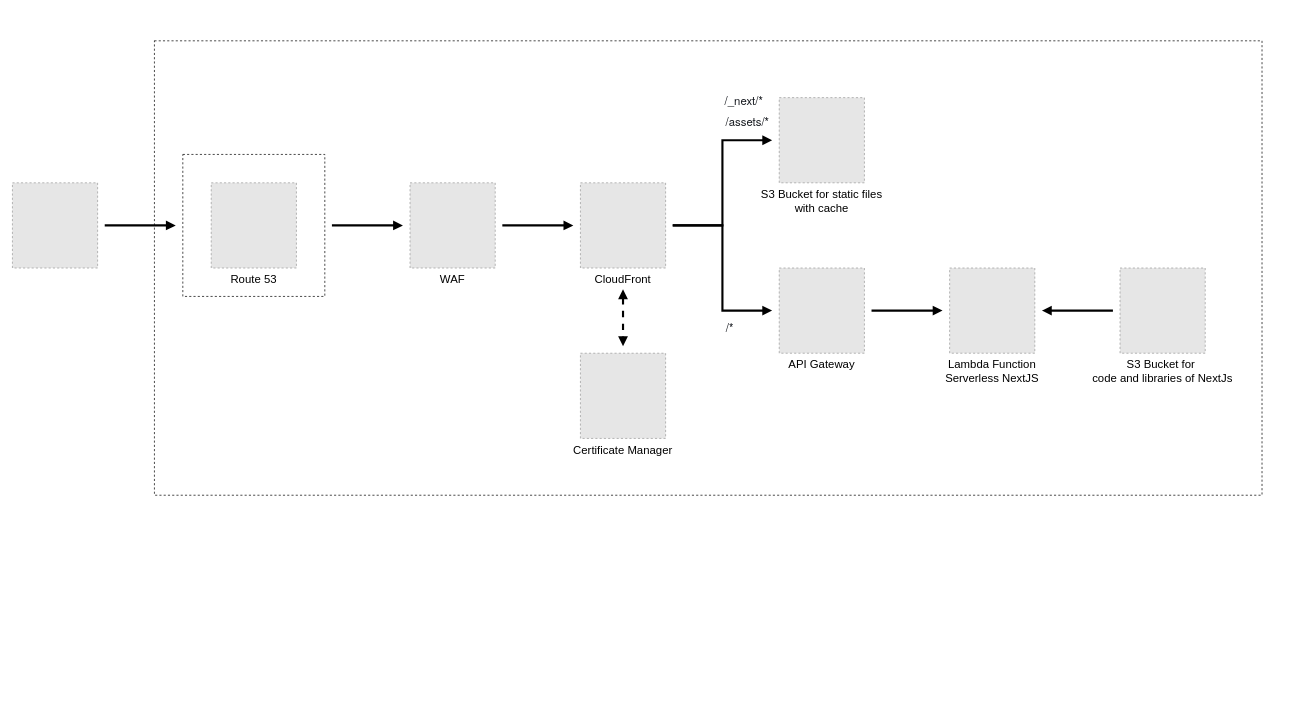
This is .github/assets/aws_diagram.drawio from ManueleNolli/PersonalWebsite, a draw.io file, before an edit. Source tidied: cells renumbered, new cells numbered last; positions are measured from the earlier drawing's top-left corner, leaving out a move shared by most shapes. Both pictures are drawn from the tidied source at 71%, with x=0, y=0 at pixel (12, 40). Pictures stored in the file or linked from it are replaced by grey dashed boxes.
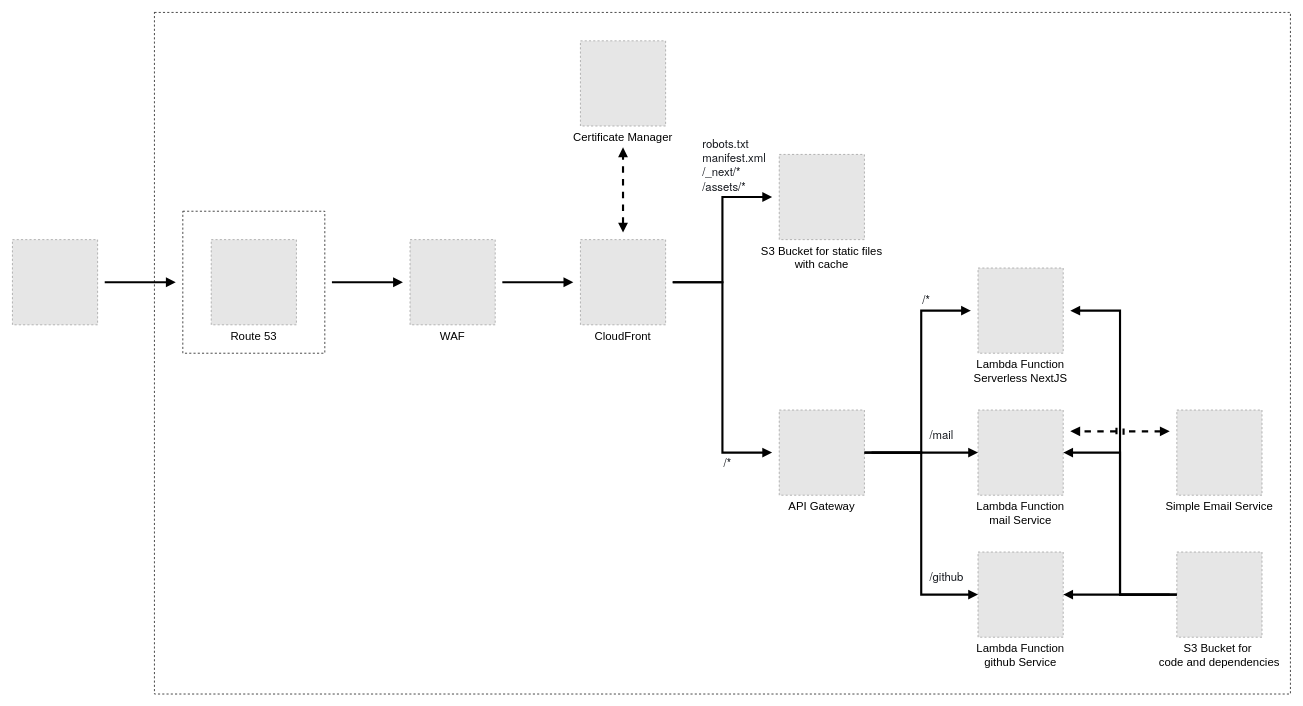
After the change.

The edit, as a diff of the source:
```diff
@@
     <mxCell id="2" style="rounded=0;whiteSpace=wrap;html=1;fillColor=none;glass=0;shadow=0;dashed=1;" parent="1" vertex="1">
-      <mxGeometry x="200" width="1560" height="640" as="geometry" />
+      <mxGeometry x="200" y="-40" width="1600" height="960" as="geometry" />
     </mxCell>
@@
     <mxCell id="4" style="rounded=0;whiteSpace=wrap;html=1;fillColor=none;glass=0;shadow=0;dashed=1;" parent="1" vertex="1">
-      <mxGeometry x="240" y="160" width="200" height="200" as="geometry" />
+      <mxGeometry x="240" y="240" width="200" height="200" as="geometry" />
     </mxCell>
     <mxCell id="5" value="Certificate Manager" style="fillColor=#E6E6E6;strokeColor=#999999;dashed=1;verticalLabelPosition=bottom;labelBackgroundColor=none;verticalAlign=top;fontSize=16;" parent="1" vertex="1">
-      <mxGeometry x="800" y="440" width="120" height="120" as="geometry" />
+      <mxGeometry x="800" width="120" height="120" as="geometry" />
     </mxCell>
     <mxCell id="6" value="Route 53" style="fillColor=#E6E6E6;strokeColor=#999999;dashed=1;verticalLabelPosition=bottom;labelBackgroundColor=none;verticalAlign=top;fontSize=16;" parent="1" vertex="1">
-      <mxGeometry x="280" y="200" width="120" height="120" as="geometry" />
+      <mxGeometry x="280" y="280" width="120" height="120" as="geometry" />
     </mxCell>
@@
     <mxCell id="8" value="WAF" style="fillColor=#E6E6E6;strokeColor=#999999;dashed=1;verticalLabelPosition=bottom;labelBackgroundColor=none;verticalAlign=top;fontSize=16;" parent="1" vertex="1">
-      <mxGeometry x="560" y="200" width="120" height="120" as="geometry" />
+      <mxGeometry x="560" y="280" width="120" height="120" as="geometry" />
     </mxCell>
-    <mxCell id="9" style="edgeStyle=orthogonalEdgeStyle;shape=connector;curved=0;rounded=0;jettySize=auto;html=1;strokeColor=default;strokeWidth=3;align=center;verticalAlign=middle;fontFamily=Helvetica;fontSize=11;fontColor=default;labelBackgroundColor=default;startSize=6;endArrow=block;endFill=1;sourcePerimeterSpacing=30;targetPerimeterSpacing=10;startArrow=block;startFill=1;dashed=1;endSize=6;" parent="1" edge="1" source="12" target="5">
+    <mxCell id="9" style="edgeStyle=orthogonalEdgeStyle;shape=connector;curved=0;rounded=0;jettySize=auto;html=1;strokeColor=default;strokeWidth=3;align=center;verticalAlign=middle;fontFamily=Helvetica;fontSize=11;fontColor=default;labelBackgroundColor=default;startSize=6;endArrow=block;endFill=1;sourcePerimeterSpacing=10;targetPerimeterSpacing=30;startArrow=block;startFill=1;dashed=1;endSize=6;" parent="1" edge="1" source="12" target="5">
       <mxGeometry relative="1" as="geometry" />
     </mxCell>
     <mxCell id="10" style="edgeStyle=orthogonalEdgeStyle;shape=connector;curved=0;rounded=0;jettySize=auto;html=1;strokeColor=default;strokeWidth=3;align=center;verticalAlign=middle;fontFamily=Helvetica;fontSize=11;fontColor=default;labelBackgroundColor=default;startSize=0;endArrow=block;endFill=1;sourcePerimeterSpacing=10;targetPerimeterSpacing=10;" parent="1" edge="1" source="12" target="13">
       <mxGeometry relative="1" as="geometry">
         <Array as="points">
-          <mxPoint x="1000" y="260" />
-          <mxPoint x="1000" y="140" />
+          <mxPoint x="1000" y="340" />
+          <mxPoint x="1000" y="220" />
         </Array>
       </mxGeometry>
     </mxCell>
     <mxCell id="11" style="edgeStyle=orthogonalEdgeStyle;shape=connector;curved=0;rounded=0;jettySize=auto;html=1;strokeColor=default;strokeWidth=3;align=center;verticalAlign=middle;fontFamily=Helvetica;fontSize=11;fontColor=default;labelBackgroundColor=default;startSize=0;endArrow=block;endFill=1;sourcePerimeterSpacing=10;targetPerimeterSpacing=10;" parent="1" edge="1" source="12" target="17">
-      <mxGeometry relative="1" as="geometry" />
+      <mxGeometry relative="1" as="geometry">
+        <Array as="points">
+          <mxPoint x="1000" y="340" />
+          <mxPoint x="1000" y="580" />
+        </Array>
+      </mxGeometry>
     </mxCell>
     <mxCell id="12" value="CloudFront" style="fillColor=#E6E6E6;strokeColor=#999999;dashed=1;verticalLabelPosition=bottom;labelBackgroundColor=none;verticalAlign=top;fontSize=16;" parent="1" vertex="1">
-      <mxGeometry x="800" y="200" width="120" height="120" as="geometry" />
+      <mxGeometry x="800" y="280" width="120" height="120" as="geometry" />
     </mxCell>
     <mxCell id="13" value="S3 Bucket for static files&#10;with cache" style="fillColor=#E6E6E6;strokeColor=#999999;dashed=1;verticalLabelPosition=bottom;labelBackgroundColor=none;verticalAlign=top;fontSize=16;" parent="1" vertex="1">
-      <mxGeometry x="1080" y="80" width="120" height="120" as="geometry" />
+      <mxGeometry x="1080" y="160" width="120" height="120" as="geometry" />
     </mxCell>
-    <mxCell id="14" value="&lt;span style=&quot;color: rgb(22, 25, 31); font-family: &amp;quot;Amazon Ember&amp;quot;, &amp;quot;Helvetica Neue&amp;quot;, Roboto, Arial, sans-serif; font-size: 16px; text-align: start;&quot;&gt;/_next/*&lt;/span&gt;" style="text;html=1;align=center;verticalAlign=middle;strokeColor=none;fillColor=none;fontFamily=Helvetica;fontSize=16;fontColor=default;labelBackgroundColor=none;" parent="1" vertex="1">
-      <mxGeometry x="990" y="70" width="80" height="30" as="geometry" />
-    </mxCell>
-    <mxCell id="15" value="&lt;span style=&quot;color: rgb(22, 25, 31); font-family: &amp;quot;Amazon Ember&amp;quot;, &amp;quot;Helvetica Neue&amp;quot;, Roboto, Arial, sans-serif; font-size: 16px; text-align: start;&quot;&gt;/assets/*&lt;/span&gt;" style="text;html=1;align=center;verticalAlign=middle;strokeColor=none;fillColor=none;fontFamily=Helvetica;fontSize=16;fontColor=default;labelBackgroundColor=none;" parent="1" vertex="1">
-      <mxGeometry x="990" y="100" width="90" height="30" as="geometry" />
-    </mxCell>
     <mxCell id="16" style="edgeStyle=orthogonalEdgeStyle;shape=connector;curved=0;rounded=0;jettySize=auto;html=1;strokeColor=default;strokeWidth=3;align=center;verticalAlign=middle;fontFamily=Helvetica;fontSize=11;fontColor=default;labelBackgroundColor=default;startSize=0;endArrow=block;endFill=1;sourcePerimeterSpacing=10;targetPerimeterSpacing=10;" parent="1" edge="1" source="17" target="19">
-      <mxGeometry relative="1" as="geometry" />
+      <mxGeometry relative="1" as="geometry">
+        <Array as="points">
+          <mxPoint x="1280" y="580" />
+          <mxPoint x="1280" y="380" />
+        </Array>
+      </mxGeometry>
     </mxCell>
     <mxCell id="17" value="API Gateway" style="fillColor=#E6E6E6;strokeColor=#999999;dashed=1;verticalLabelPosition=bottom;labelBackgroundColor=none;verticalAlign=top;fontSize=16;" parent="1" vertex="1">
-      <mxGeometry x="1080" y="320" width="120" height="120" as="geometry" />
+      <mxGeometry x="1080" y="520" width="120" height="120" as="geometry" />
     </mxCell>
-    <mxCell id="18" value="&lt;span style=&quot;color: rgb(22, 25, 31); font-family: &amp;quot;Amazon Ember&amp;quot;, &amp;quot;Helvetica Neue&amp;quot;, Roboto, Arial, sans-serif; font-size: 16px; text-align: start;&quot;&gt;/*&lt;/span&gt;" style="text;html=1;align=center;verticalAlign=middle;strokeColor=none;fillColor=none;fontFamily=Helvetica;fontSize=16;fontColor=default;labelBackgroundColor=none;" parent="1" vertex="1">
-      <mxGeometry x="990" y="390" width="40" height="30" as="geometry" />
+    <mxCell id="18" value="&lt;span style=&quot;color: rgb(22, 25, 31); font-family: &amp;quot;Amazon Ember&amp;quot;, &amp;quot;Helvetica Neue&amp;quot;, Roboto, Arial, sans-serif; font-size: 16px;&quot;&gt;/*&lt;/span&gt;" style="text;html=1;align=left;verticalAlign=middle;strokeColor=none;fillColor=none;fontFamily=Helvetica;fontSize=16;fontColor=default;labelBackgroundColor=none;" parent="1" vertex="1">
+      <mxGeometry x="1000" y="580" width="40" height="30" as="geometry" />
     </mxCell>
     <mxCell id="19" value="Lambda Function&#10;Serverless NextJS" style="fillColor=#E6E6E6;strokeColor=#999999;dashed=1;verticalLabelPosition=bottom;labelBackgroundColor=none;verticalAlign=top;fontSize=16;" parent="1" vertex="1">
-      <mxGeometry x="1320" y="320" width="120" height="120" as="geometry" />
+      <mxGeometry x="1360" y="320" width="120" height="120" as="geometry" />
     </mxCell>
     <mxCell id="20" style="edgeStyle=orthogonalEdgeStyle;shape=connector;curved=0;rounded=0;jettySize=auto;html=1;strokeColor=default;strokeWidth=3;align=center;verticalAlign=middle;fontFamily=Helvetica;fontSize=11;fontColor=default;labelBackgroundColor=default;startSize=0;endArrow=block;endFill=1;sourcePerimeterSpacing=10;targetPerimeterSpacing=10;" parent="1" edge="1" source="21" target="19">
-      <mxGeometry relative="1" as="geometry" />
+      <mxGeometry relative="1" as="geometry">
+        <Array as="points">
+          <mxPoint x="1560" y="780" />
+          <mxPoint x="1560" y="380" />
+        </Array>
+      </mxGeometry>
     </mxCell>
-    <mxCell id="21" value="S3 Bucket for &#10;code and libraries of NextJs&#10;" style="fillColor=#E6E6E6;strokeColor=#999999;dashed=1;verticalLabelPosition=bottom;labelBackgroundColor=none;verticalAlign=top;fontSize=16;" parent="1" vertex="1">
-      <mxGeometry x="1560" y="320" width="120" height="120" as="geometry" />
+    <mxCell id="21" value="S3 Bucket for &#10;code and dependencies&#10;" style="fillColor=#E6E6E6;strokeColor=#999999;dashed=1;verticalLabelPosition=bottom;labelBackgroundColor=none;verticalAlign=top;fontSize=16;" parent="1" vertex="1">
+      <mxGeometry x="1640" y="720" width="120" height="120" as="geometry" />
     </mxCell>
@@
     <mxCell id="23" style="fillColor=#E6E6E6;strokeColor=#999999;dashed=1;verticalLabelPosition=bottom;labelBackgroundColor=default;verticalAlign=top;" parent="1" vertex="1">
-      <mxGeometry y="200" width="120" height="120" as="geometry" />
+      <mxGeometry y="280" width="120" height="120" as="geometry" />
     </mxCell>
+    <mxCell id="24" value="&lt;span style=&quot;color: rgb(22, 25, 31); font-family: &amp;quot;Amazon Ember&amp;quot;, &amp;quot;Helvetica Neue&amp;quot;, Roboto, Arial, sans-serif; font-size: 16px;&quot;&gt;robots.txt&lt;/span&gt;&lt;div&gt;&lt;span style=&quot;color: rgb(22, 25, 31); font-family: &amp;quot;Amazon Ember&amp;quot;, &amp;quot;Helvetica Neue&amp;quot;, Roboto, Arial, sans-serif; font-size: 16px;&quot;&gt;manifest.xml&lt;br&gt;/_next/*&lt;br&gt;/assets/*&lt;br&gt;&lt;br&gt;&lt;/span&gt;&lt;/div&gt;" style="text;html=1;align=left;verticalAlign=middle;strokeColor=none;fillColor=none;fontFamily=Helvetica;fontSize=16;fontColor=default;labelBackgroundColor=none;" parent="1" vertex="1">
+      <mxGeometry x="970" y="130" width="110" height="110" as="geometry" />
+    </mxCell>
+    <mxCell id="25" value="Lambda Function&#10;mail Service" style="fillColor=#E6E6E6;strokeColor=#999999;dashed=1;verticalLabelPosition=bottom;labelBackgroundColor=none;verticalAlign=top;fontSize=16;" parent="1" vertex="1">
+      <mxGeometry x="1360" y="520" width="120" height="120" as="geometry" />
+    </mxCell>
+    <mxCell id="26" style="edgeStyle=orthogonalEdgeStyle;shape=connector;curved=0;rounded=0;jettySize=auto;html=1;strokeColor=default;strokeWidth=3;align=center;verticalAlign=middle;fontFamily=Helvetica;fontSize=11;fontColor=default;labelBackgroundColor=default;startSize=0;endArrow=block;endFill=1;sourcePerimeterSpacing=10;targetPerimeterSpacing=10;entryX=0;entryY=0.5;entryDx=0;entryDy=0;exitX=1;exitY=0.5;exitDx=0;exitDy=0;" parent="1" edge="1" source="17" target="25">
+      <mxGeometry relative="1" as="geometry">
+        <Array as="points">
+          <mxPoint x="1280" y="580" />
+          <mxPoint x="1280" y="580" />
+        </Array>
+      </mxGeometry>
+    </mxCell>
+    <mxCell id="27" value="Lambda Function&#10;github Service" style="fillColor=#E6E6E6;strokeColor=#999999;dashed=1;verticalLabelPosition=bottom;labelBackgroundColor=none;verticalAlign=top;fontSize=16;" parent="1" vertex="1">
+      <mxGeometry x="1360" y="720" width="120" height="120" as="geometry" />
+    </mxCell>
+    <mxCell id="28" style="edgeStyle=orthogonalEdgeStyle;shape=connector;curved=0;rounded=0;jettySize=auto;html=1;strokeColor=default;strokeWidth=3;align=center;verticalAlign=middle;fontFamily=Helvetica;fontSize=11;fontColor=default;labelBackgroundColor=default;startSize=0;endArrow=block;endFill=1;sourcePerimeterSpacing=10;targetPerimeterSpacing=10;entryX=0;entryY=0.5;entryDx=0;entryDy=0;exitX=1;exitY=0.5;exitDx=0;exitDy=0;" parent="1" edge="1" source="17" target="27">
+      <mxGeometry relative="1" as="geometry">
+        <Array as="points">
+          <mxPoint x="1280" y="580" />
+          <mxPoint x="1280" y="780" />
+        </Array>
+      </mxGeometry>
+    </mxCell>
+    <mxCell id="29" style="edgeStyle=orthogonalEdgeStyle;shape=connector;curved=0;rounded=0;jettySize=auto;html=1;strokeColor=default;strokeWidth=3;align=center;verticalAlign=middle;fontFamily=Helvetica;fontSize=11;fontColor=default;labelBackgroundColor=default;startSize=0;endArrow=block;endFill=1;sourcePerimeterSpacing=10;targetPerimeterSpacing=10;entryX=1;entryY=0.5;entryDx=0;entryDy=0;exitX=0;exitY=0.5;exitDx=0;exitDy=0;" parent="1" edge="1" source="21" target="25">
+      <mxGeometry relative="1" as="geometry">
+        <Array as="points">
+          <mxPoint x="1640" y="780" />
+          <mxPoint x="1560" y="780" />
+          <mxPoint x="1560" y="580" />
+        </Array>
+      </mxGeometry>
+    </mxCell>
+    <mxCell id="30" style="edgeStyle=orthogonalEdgeStyle;shape=connector;curved=0;rounded=0;jettySize=auto;html=1;strokeColor=default;strokeWidth=3;align=center;verticalAlign=middle;fontFamily=Helvetica;fontSize=11;fontColor=default;labelBackgroundColor=default;startSize=0;endArrow=block;endFill=1;sourcePerimeterSpacing=10;targetPerimeterSpacing=10;entryX=1;entryY=0.5;entryDx=0;entryDy=0;exitX=0;exitY=0.5;exitDx=0;exitDy=0;" parent="1" edge="1" source="21" target="27">
+      <mxGeometry relative="1" as="geometry">
+        <Array as="points">
+          <mxPoint x="1640" y="780" />
+        </Array>
+      </mxGeometry>
+    </mxCell>
+    <mxCell id="31" value="&lt;span style=&quot;color: rgb(22, 25, 31); font-family: &amp;quot;Amazon Ember&amp;quot;, &amp;quot;Helvetica Neue&amp;quot;, Roboto, Arial, sans-serif; font-size: 16px;&quot;&gt;/*&lt;/span&gt;" style="text;html=1;align=left;verticalAlign=middle;strokeColor=none;fillColor=none;fontFamily=Helvetica;fontSize=16;fontColor=default;labelBackgroundColor=none;" parent="1" vertex="1">
+      <mxGeometry x="1280" y="350" width="40" height="30" as="geometry" />
+    </mxCell>
+    <mxCell id="32" value="&lt;span style=&quot;color: rgb(22, 25, 31); font-family: &amp;quot;Amazon Ember&amp;quot;, &amp;quot;Helvetica Neue&amp;quot;, Roboto, Arial, sans-serif; font-size: 16px;&quot;&gt;/mail&lt;/span&gt;" style="text;html=1;align=left;verticalAlign=middle;strokeColor=none;fillColor=none;fontFamily=Helvetica;fontSize=16;fontColor=default;labelBackgroundColor=none;" parent="1" vertex="1">
+      <mxGeometry x="1290" y="540" width="60" height="30" as="geometry" />
+    </mxCell>
+    <mxCell id="33" value="&lt;span style=&quot;color: rgb(22, 25, 31); font-family: &amp;quot;Amazon Ember&amp;quot;, &amp;quot;Helvetica Neue&amp;quot;, Roboto, Arial, sans-serif; font-size: 16px;&quot;&gt;/github&lt;/span&gt;" style="text;html=1;align=left;verticalAlign=middle;strokeColor=none;fillColor=none;fontFamily=Helvetica;fontSize=16;fontColor=default;labelBackgroundColor=none;" parent="1" vertex="1">
+      <mxGeometry x="1290" y="740" width="70" height="30" as="geometry" />
+    </mxCell>
+    <mxCell id="34" value="Simple Email Service" style="fillColor=#E6E6E6;strokeColor=#999999;dashed=1;verticalLabelPosition=bottom;labelBackgroundColor=none;verticalAlign=top;fontSize=16;" parent="1" vertex="1">
+      <mxGeometry x="1640" y="520" width="120" height="120" as="geometry" />
+    </mxCell>
+    <mxCell id="35" style="edgeStyle=orthogonalEdgeStyle;shape=connector;curved=0;rounded=0;orthogonalLoop=1;jettySize=auto;html=1;strokeColor=default;strokeWidth=3;align=center;verticalAlign=middle;fontFamily=Helvetica;fontSize=11;fontColor=default;labelBackgroundColor=default;startSize=6;endArrow=block;endFill=1;sourcePerimeterSpacing=15;targetPerimeterSpacing=15;startArrow=block;startFill=1;dashed=1;endSize=6;jumpStyle=line;spacingLeft=0;spacingTop=0;" parent="1" edge="1">
+      <mxGeometry relative="1" as="geometry">
+        <mxPoint x="1630" y="550" as="sourcePoint" />
+        <mxPoint x="1490" y="550" as="targetPoint" />
+      </mxGeometry>
+    </mxCell>
```
